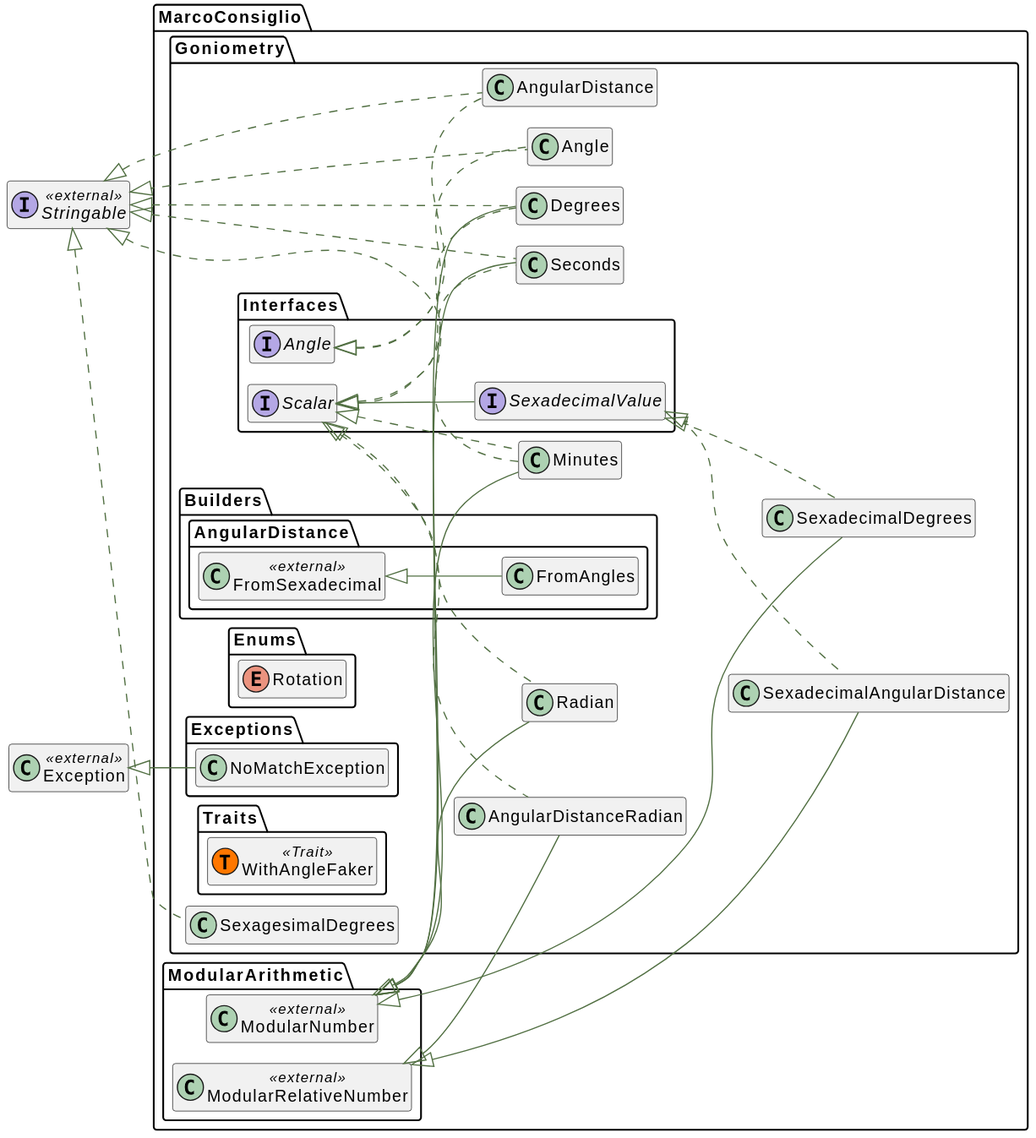
Above: docs/html/graphs/classes.svg in MarcoConsiglio/goniometry (PlantUML), before the change.
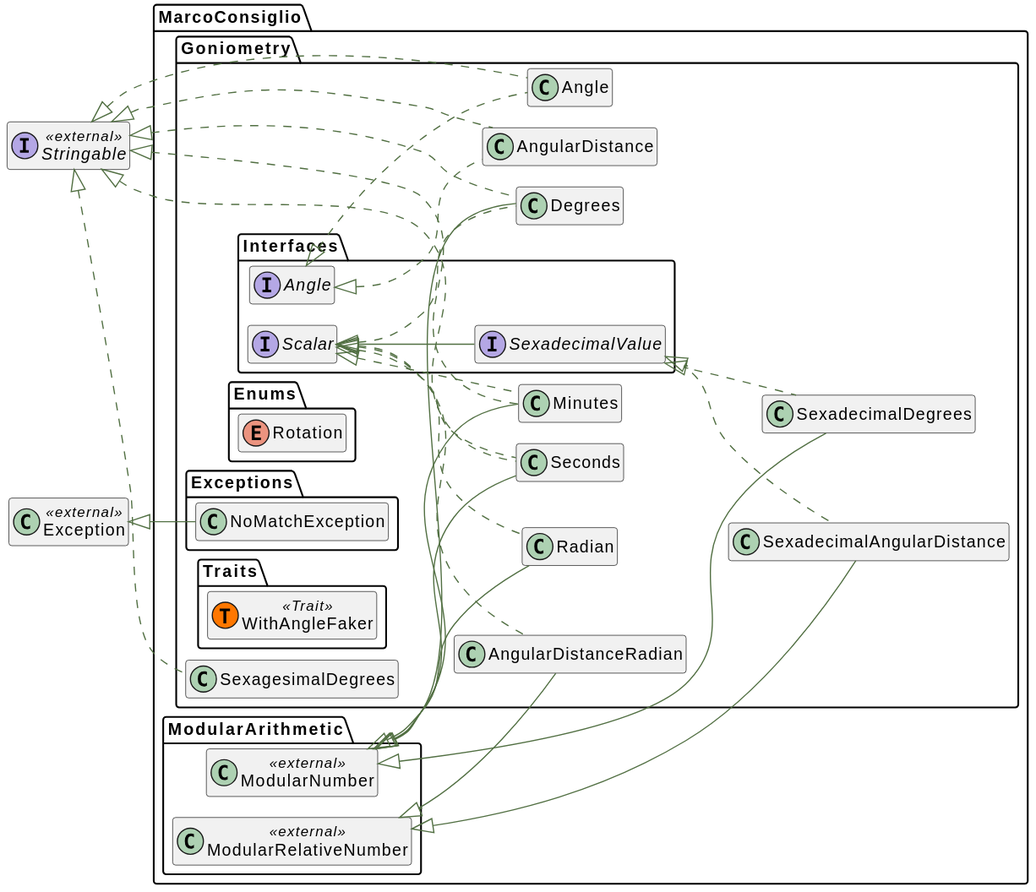
Above is the later version.

Diff of the diagram source:
```diff
@@ -75,14 +75,6 @@
      class "SexagesimalDegrees" as SexagesimalDegrees__class    implements \\Stringable__class {
     }
 }
-namespace MarcoConsiglio\\Goniometry\\Builders\\AngularDistance {
-    class "FromSexadecimal" as FromSexadecimal__class << external >>{
-    }
-}
-namespace MarcoConsiglio\\Goniometry\\Builders\\AngularDistance {
-     class "FromAngles" as FromAngles__class   extends \\MarcoConsiglio\\Goniometry\\Builders\\AngularDistance\\FromSexadecimal__class  {
-    }
-}
 namespace MarcoConsiglio\\Goniometry\\Enums {
     enum "Rotation" as Rotation__enum {
     }
```
